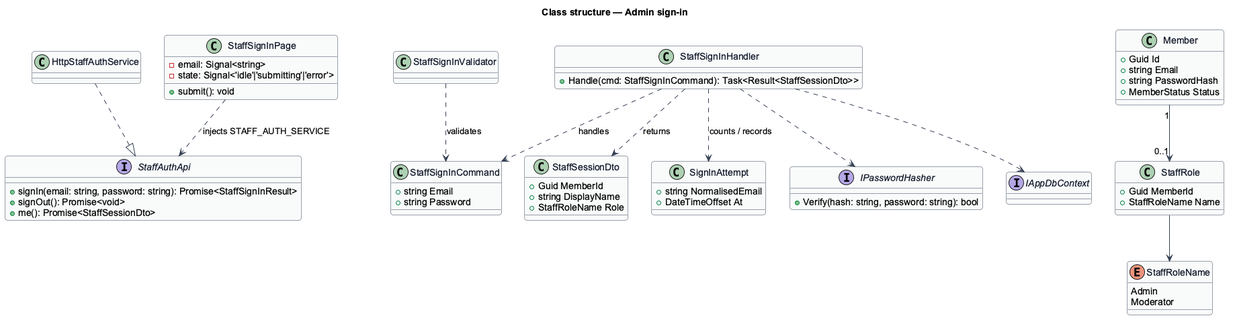
QuinntyneBrown/christian-fitness keeps this PlantUML diagram as docs/detailed-designs/admin-access/admin-sign-in/diagrams/class.png. Above is the earlier version.
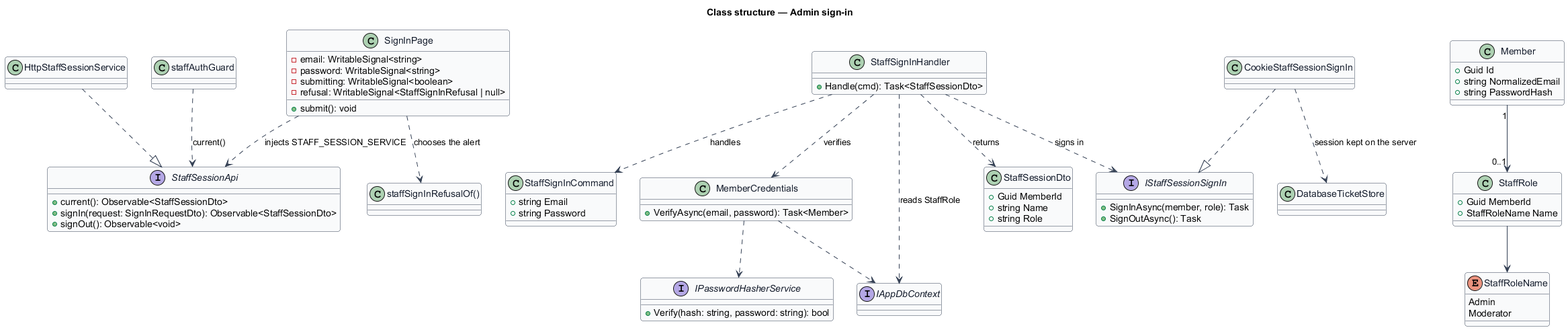
After the commit.

The edit, as a diff of the source:
```diff
@@ -11,35 +11,46 @@
 }
 title Class structure — Admin sign-in
 
-interface StaffAuthApi {
-  +signIn(email: string, password: string): Promise<StaffSignInResult>
-  +signOut(): Promise<void>
-  +me(): Promise<StaffSessionDto>
+interface StaffSessionApi {
+  +current(): Observable<StaffSessionDto>
+  +signIn(request: SignInRequestDto): Observable<StaffSessionDto>
+  +signOut(): Observable<void>
 }
-class HttpStaffAuthService
-class StaffSignInPage {
-  -email: Signal<string>
-  -state: Signal<'idle'|'submitting'|'error'>
+class HttpStaffSessionService
+class SignInPage {
+  -email: WritableSignal<string>
+  -password: WritableSignal<string>
+  -submitting: WritableSignal<boolean>
+  -refusal: WritableSignal<StaffSignInRefusal | null>
   +submit(): void
 }
+class "staffSignInRefusalOf()" as refusalOf
+class "staffAuthGuard" as guard
 class StaffSignInCommand {
   +string Email
   +string Password
 }
-class StaffSignInValidator
 class StaffSignInHandler {
-  +Handle(cmd: StaffSignInCommand): Task<Result<StaffSessionDto>>
+  +Handle(cmd): Task<StaffSessionDto>
+}
+class MemberCredentials {
+  +VerifyAsync(email, password): Task<Member>
 }
 class StaffSessionDto {
   +Guid MemberId
-  +string DisplayName
-  +StaffRoleName Role
+  +string Name
+  +string Role
 }
+interface IStaffSessionSignIn {
+  +SignInAsync(member, role): Task
+  +SignOutAsync(): Task
+}
+class CookieStaffSessionSignIn
+class DatabaseTicketStore
 class Member {
   +Guid Id
-  +string Email
+  +string NormalizedEmail
   +string PasswordHash
-  +MemberStatus Status
 }
 class StaffRole {
   +Guid MemberId
@@ -49,23 +60,24 @@
   Admin
   Moderator
 }
-class SignInAttempt {
-  +string NormalisedEmail
-  +DateTimeOffset At
-}
-interface IPasswordHasher {
+interface IPasswordHasherService {
   +Verify(hash: string, password: string): bool
 }
 interface IAppDbContext
 
-HttpStaffAuthService ..|> StaffAuthApi
-StaffSignInPage ..> StaffAuthApi : injects STAFF_AUTH_SERVICE
-StaffSignInValidator ..> StaffSignInCommand : validates
+HttpStaffSessionService ..|> StaffSessionApi
+SignInPage ..> StaffSessionApi : injects STAFF_SESSION_SERVICE
+SignInPage ..> refusalOf : chooses the alert
+guard ..> StaffSessionApi : current()
 StaffSignInHandler ..> StaffSignInCommand : handles
-StaffSignInHandler ..> IAppDbContext
-StaffSignInHandler ..> IPasswordHasher
+StaffSignInHandler ..> MemberCredentials : verifies
+StaffSignInHandler ..> IAppDbContext : reads StaffRole
+StaffSignInHandler ..> IStaffSessionSignIn : signs in
 StaffSignInHandler ..> StaffSessionDto : returns
+MemberCredentials ..> IAppDbContext
+MemberCredentials ..> IPasswordHasherService
+CookieStaffSessionSignIn ..|> IStaffSessionSignIn
+CookieStaffSessionSignIn ..> DatabaseTicketStore : session kept on the server
 Member "1" --> "0..1" StaffRole
 StaffRole --> StaffRoleName
-StaffSignInHandler ..> SignInAttempt : counts / records
 @enduml
```
